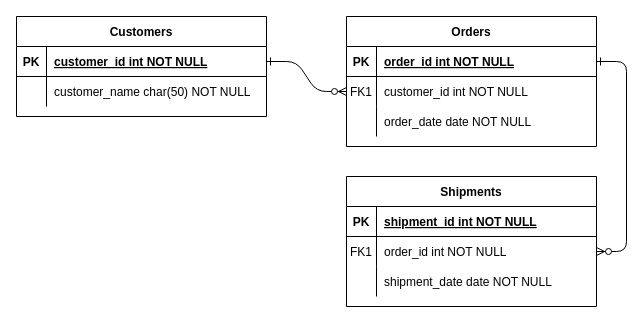
This is Untitled Diagram.drawio from MooMooHorse/MATH221, a draw.io file, before an edit. Source tidied: cells renumbered, new cells numbered last; positions are measured from the earlier drawing's top-left corner, leaving out a move shared by most shapes. Both pictures are drawn from the tidied source at 100%, with x=0, y=0 at pixel (16, 16).
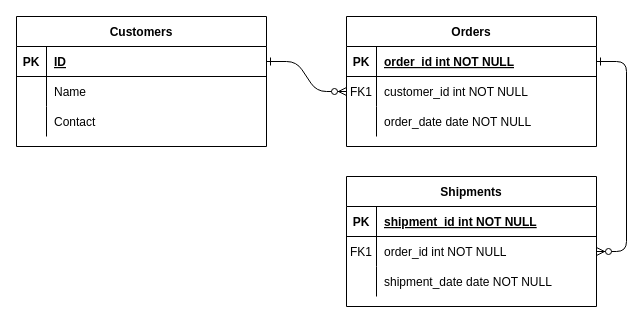
Above is the later version.

Unchanged cells that the change refers to:
```xml
<mxCell id="25" style="shape=partialRectangle;fillColor=none;points=[[0,0.5],[1,0.5]];portConstraint=eastwest;top=0;left=0;right=0;bottom=1;" parent="24" vertex="1">
  <mxGeometry y="30" width="250" height="30" as="geometry" />
</mxCell>
<mxCell id="28" style="shape=partialRectangle;fillColor=none;top=0;left=0;right=0;bottom=0;" parent="24" vertex="1">
  <mxGeometry y="60" width="250" height="30" as="geometry" />
</mxCell>
```

Change to the diagram source:
```diff
@@
     <mxCell id="24" value="Customers" style="shape=table;startSize=30;childLayout=tableLayout;rowLines=0;fontStyle=1;align=center;" parent="1" vertex="1">
-      <mxGeometry width="250" height="100" as="geometry" />
+      <mxGeometry width="250" height="130" as="geometry" />
     </mxCell>
@@
-    <mxCell id="27" value="customer_id int NOT NULL " style="shape=partialRectangle;overflow=hidden;fillColor=none;top=0;left=0;bottom=0;right=0;align=left;spacingLeft=6;fontStyle=5;" parent="25" vertex="1">
+    <mxCell id="27" value="ID" style="shape=partialRectangle;overflow=hidden;fillColor=none;top=0;left=0;bottom=0;right=0;align=left;spacingLeft=6;fontStyle=5;" parent="25" vertex="1">
       <mxGeometry x="30" width="220" height="30" as="geometry" />
     </mxCell>
@@
-    <mxCell id="30" value="customer_name char(50) NOT NULL" style="shape=partialRectangle;overflow=hidden;fillColor=none;top=0;left=0;bottom=0;right=0;align=left;spacingLeft=6;" parent="28" vertex="1">
+    <mxCell id="30" value="Name" style="shape=partialRectangle;overflow=hidden;fillColor=none;top=0;left=0;bottom=0;right=0;align=left;spacingLeft=6;" parent="28" vertex="1">
       <mxGeometry x="30" width="220" height="30" as="geometry" />
     </mxCell>
+    <mxCell id="31" style="shape=partialRectangle;fillColor=none;top=0;left=0;right=0;bottom=0;" parent="24" vertex="1">
+      <mxGeometry y="90" width="250" height="30" as="geometry" />
+    </mxCell>
+    <mxCell id="32" style="shape=partialRectangle;overflow=hidden;fillColor=none;top=0;left=0;bottom=0;right=0;" parent="31" vertex="1">
+      <mxGeometry width="30" height="30" as="geometry" />
+    </mxCell>
+    <mxCell id="33" value="Contact" style="shape=partialRectangle;overflow=hidden;fillColor=none;top=0;left=0;bottom=0;right=0;align=left;spacingLeft=6;" parent="31" vertex="1">
+      <mxGeometry x="30" width="220" height="30" as="geometry" />
+    </mxCell>
```
